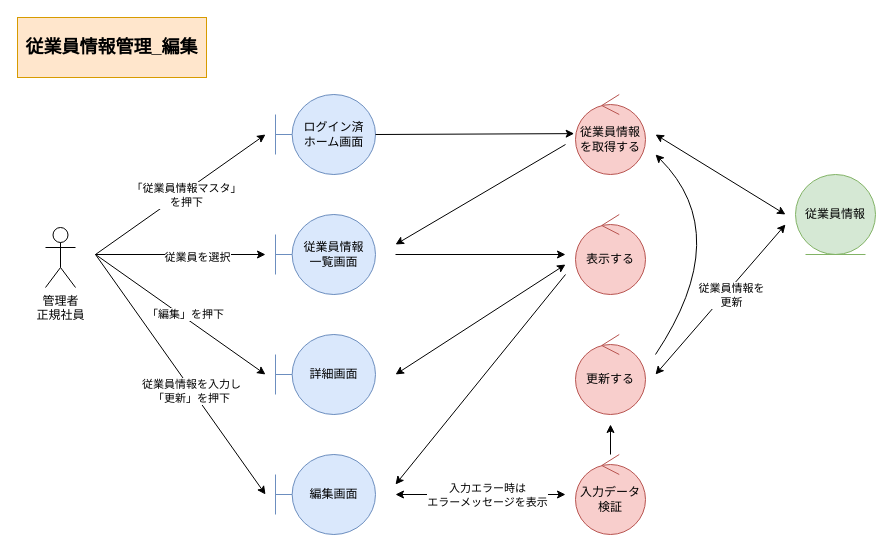
Earlier version of the draw.io diagram page "*従業員情報管理_編集" (3 of 5) of 各種設計書/3ロバストネス図/マスタ管理/F01従業員マスタ.drawio (HaruShim/Sotuken). Source tidied: cells renumbered, new cells numbered last; positions are measured from the earlier drawing's top-left corner, leaving out a move shared by most shapes. Both pictures are drawn from the tidied source at 100%, with x=0, y=0 at pixel (17, 17).
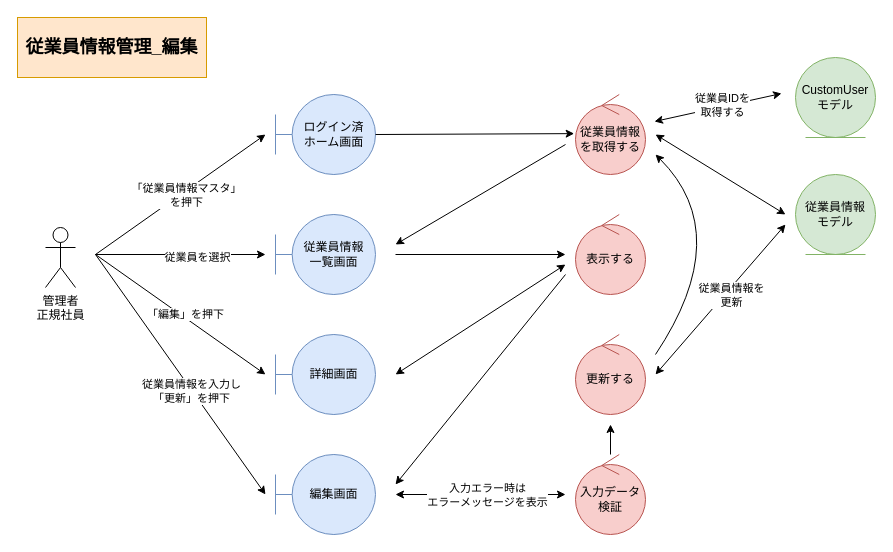
After the change.

Diff of the diagram source:
```diff
@@
-    <mxCell id="5" value="従業員情報" style="ellipse;shape=umlEntity;whiteSpace=wrap;html=1;fillColor=#d5e8d4;strokeColor=#82b366;" parent="1" vertex="1">
+    <mxCell id="5" value="従業員情報&lt;br&gt;モデル" style="ellipse;shape=umlEntity;whiteSpace=wrap;html=1;fillColor=#d5e8d4;strokeColor=#82b366;" parent="1" vertex="1">
       <mxGeometry x="778" y="157" width="80" height="80" as="geometry" />
     </mxCell>
@@
+    <mxCell id="33" value="&lt;div style=&quot;color: rgb(177 , 231 , 177) ; background-color: rgb(0 , 32 , 32) ; font-family: &amp;#34;consolas&amp;#34; , &amp;#34;courier new&amp;#34; , monospace ; font-size: 14px ; line-height: 19px&quot;&gt;&lt;/div&gt;CustomUser&lt;br&gt;モデル" style="ellipse;shape=umlEntity;whiteSpace=wrap;html=1;fillColor=#d5e8d4;strokeColor=#82b366;" parent="1" vertex="1">
+      <mxGeometry x="778" y="40" width="80" height="80" as="geometry" />
+    </mxCell>
+    <mxCell id="34" style="endArrow=classic;html=1;rounded=0;startArrow=classic;startFill=1;" parent="1" edge="1">
+      <mxGeometry relative="1" as="geometry">
+        <mxPoint x="637" y="104" as="sourcePoint" />
+        <mxPoint x="764" y="76" as="targetPoint" />
+      </mxGeometry>
+    </mxCell>
+    <mxCell id="35" value="従業員IDを&lt;br&gt;取得する" style="edgeLabel;html=1;align=center;verticalAlign=middle;" parent="34" vertex="1">
+      <mxGeometry x="0.11" y="1" relative="1" as="geometry">
+        <mxPoint x="-3" as="offset" />
+      </mxGeometry>
+    </mxCell>
```
